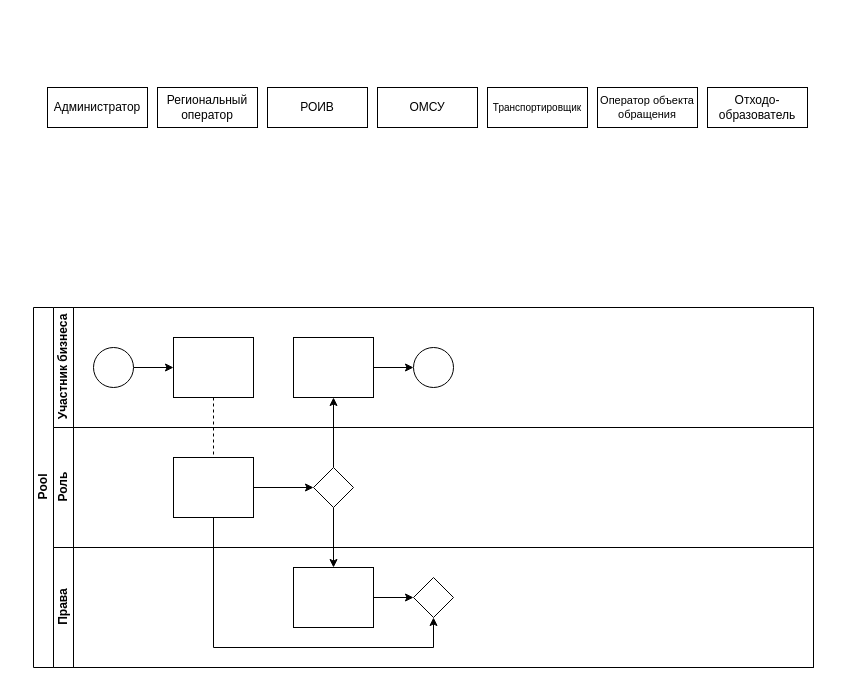
Before: Диаграмма без названия.drawio in SergeiF-Kolomna/diagrams, a draw.io diagram. Source tidied: cells renumbered, new cells numbered last; positions are measured from the earlier drawing's top-left corner, leaving out a move shared by most shapes. Both pictures are drawn from the tidied source at 100%, with x=0, y=0 at pixel (33, 87).
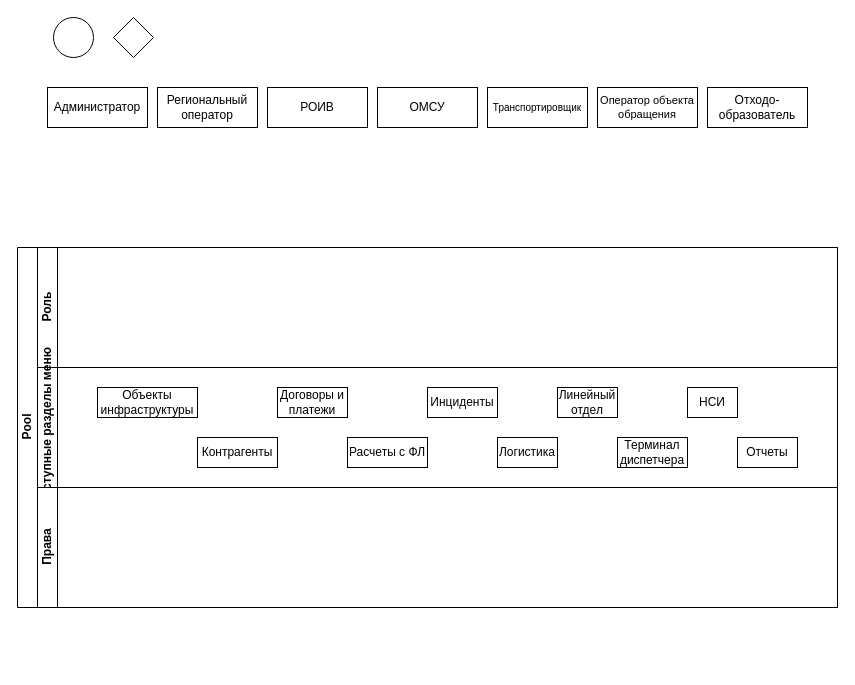
The same page after the edit.

Diff of the diagram source:
```diff
@@
-    <mxCell id="2" value="Pool" style="swimlane;html=1;horizontal=0;startSize=20;" parent="1" vertex="1">
-      <mxGeometry y="220" width="780" height="360" as="geometry" />
-    </mxCell>
-    <mxCell id="3" style="edgeStyle=orthogonalEdgeStyle;rounded=0;jettySize=auto;html=1;dashed=1;endArrow=none;endFill=0;" parent="2" edge="1" source="10" target="16">
-      <mxGeometry relative="1" as="geometry" />
-    </mxCell>
-    <mxCell id="4" style="edgeStyle=orthogonalEdgeStyle;rounded=0;jettySize=auto;html=1;endArrow=classic;endFill=1;" parent="2" edge="1" source="17" target="12">
-      <mxGeometry relative="1" as="geometry" />
-    </mxCell>
-    <mxCell id="5" style="edgeStyle=orthogonalEdgeStyle;rounded=0;jettySize=auto;html=1;endArrow=classic;endFill=1;" parent="2" edge="1" source="17" target="20">
-      <mxGeometry relative="1" as="geometry" />
-    </mxCell>
-    <mxCell id="6" style="edgeStyle=orthogonalEdgeStyle;rounded=0;jettySize=auto;html=1;endArrow=classic;endFill=1;" parent="2" edge="1" source="16" target="21">
-      <mxGeometry relative="1" as="geometry">
-        <Array as="points">
-          <mxPoint x="180" y="340" />
-          <mxPoint x="400" y="340" />
-        </Array>
-      </mxGeometry>
-    </mxCell>
-    <mxCell id="7" value="Участник бизнеса" style="swimlane;html=1;startSize=20;horizontal=0;" parent="2" vertex="1">
-      <mxGeometry x="20" width="760" height="120" as="geometry" />
-    </mxCell>
-    <mxCell id="8" style="edgeStyle=orthogonalEdgeStyle;rounded=0;jettySize=auto;html=1;" parent="7" edge="1" source="9" target="10">
-      <mxGeometry relative="1" as="geometry" />
-    </mxCell>
-    <mxCell id="9" style="ellipse;whiteSpace=wrap;html=1;" parent="7" vertex="1">
-      <mxGeometry x="40" y="40" width="40" height="40" as="geometry" />
-    </mxCell>
-    <mxCell id="10" style="rounded=0;whiteSpace=wrap;html=1;fontFamily=Helvetica;fontSize=12;fontColor=#000000;align=center;" parent="7" vertex="1">
-      <mxGeometry x="120" y="30" width="80" height="60" as="geometry" />
-    </mxCell>
-    <mxCell id="11" style="edgeStyle=orthogonalEdgeStyle;rounded=0;jettySize=auto;html=1;endArrow=classic;endFill=1;" parent="7" edge="1" source="12" target="13">
-      <mxGeometry relative="1" as="geometry" />
-    </mxCell>
-    <mxCell id="12" style="rounded=0;whiteSpace=wrap;html=1;fontFamily=Helvetica;fontSize=12;fontColor=#000000;align=center;" parent="7" vertex="1">
-      <mxGeometry x="240" y="30" width="80" height="60" as="geometry" />
-    </mxCell>
-    <mxCell id="13" style="ellipse;whiteSpace=wrap;html=1;" parent="7" vertex="1">
-      <mxGeometry x="360" y="40" width="40" height="40" as="geometry" />
-    </mxCell>
-    <mxCell id="14" value="Роль" style="swimlane;html=1;startSize=20;horizontal=0;" parent="2" vertex="1">
-      <mxGeometry x="20" y="120" width="760" height="120" as="geometry" />
-    </mxCell>
-    <mxCell id="15" style="edgeStyle=orthogonalEdgeStyle;rounded=0;jettySize=auto;html=1;endArrow=classic;endFill=1;" parent="14" edge="1" source="16" target="17">
-      <mxGeometry relative="1" as="geometry" />
-    </mxCell>
-    <mxCell id="16" style="rounded=0;whiteSpace=wrap;html=1;fontFamily=Helvetica;fontSize=12;fontColor=#000000;align=center;" parent="14" vertex="1">
-      <mxGeometry x="120" y="30" width="80" height="60" as="geometry" />
-    </mxCell>
-    <mxCell id="17" style="rhombus;whiteSpace=wrap;html=1;fontFamily=Helvetica;fontSize=12;fontColor=#000000;align=center;" parent="14" vertex="1">
-      <mxGeometry x="260" y="40" width="40" height="40" as="geometry" />
-    </mxCell>
-    <mxCell id="18" value="Права" style="swimlane;html=1;startSize=20;horizontal=0;" parent="2" vertex="1">
-      <mxGeometry x="20" y="240" width="760" height="120" as="geometry" />
-    </mxCell>
-    <mxCell id="19" style="edgeStyle=orthogonalEdgeStyle;rounded=0;jettySize=auto;html=1;endArrow=classic;endFill=1;" parent="18" edge="1" source="20" target="21">
-      <mxGeometry relative="1" as="geometry" />
-    </mxCell>
-    <mxCell id="20" style="rounded=0;whiteSpace=wrap;html=1;fontFamily=Helvetica;fontSize=12;fontColor=#000000;align=center;" parent="18" vertex="1">
-      <mxGeometry x="240" y="20" width="80" height="60" as="geometry" />
-    </mxCell>
-    <mxCell id="21" style="rhombus;whiteSpace=wrap;html=1;fontFamily=Helvetica;fontSize=12;fontColor=#000000;align=center;" parent="18" vertex="1">
-      <mxGeometry x="360" y="30" width="40" height="40" as="geometry" />
-    </mxCell>
@@
+    <mxCell id="9" style="ellipse;whiteSpace=wrap;html=1;" parent="1" vertex="1">
+      <mxGeometry x="20" y="-70" width="40" height="40" as="geometry" />
+    </mxCell>
+    <mxCell id="21" style="rhombus;whiteSpace=wrap;html=1;fontFamily=Helvetica;fontSize=12;fontColor=#000000;align=center;" parent="1" vertex="1">
+      <mxGeometry x="80" y="-70" width="40" height="40" as="geometry" />
+    </mxCell>
+    <mxCell id="2" value="Pool" style="swimlane;html=1;horizontal=0;startSize=20;" parent="1" vertex="1">
+      <mxGeometry x="-16" y="160" width="820" height="360" as="geometry" />
+    </mxCell>
+    <mxCell id="7" value="Роль" style="swimlane;html=1;startSize=20;horizontal=0;" parent="2" vertex="1">
+      <mxGeometry x="20" width="800" height="120" as="geometry" />
+    </mxCell>
+    <mxCell id="14" value="Доступные разделы меню" style="swimlane;html=1;startSize=20;horizontal=0;" parent="2" vertex="1">
+      <mxGeometry x="20" y="120" width="800" height="120" as="geometry" />
+    </mxCell>
+    <mxCell id="12" value="Объекты инфраструктуры" style="rounded=0;whiteSpace=wrap;html=1;fontFamily=Helvetica;fontSize=12;fontColor=#000000;align=center;" parent="14" vertex="1">
+      <mxGeometry x="60" y="20" width="100" height="30" as="geometry" />
+    </mxCell>
+    <mxCell id="16" value="Контрагенты" style="rounded=0;whiteSpace=wrap;html=1;fontFamily=Helvetica;fontSize=12;fontColor=#000000;align=center;" parent="14" vertex="1">
+      <mxGeometry x="160" y="70" width="80" height="30" as="geometry" />
+    </mxCell>
+    <mxCell id="10" value="Договоры и платежи" style="rounded=0;whiteSpace=wrap;html=1;fontFamily=Helvetica;fontSize=12;fontColor=#000000;align=center;" parent="14" vertex="1">
+      <mxGeometry x="240" y="20" width="70" height="30" as="geometry" />
+    </mxCell>
+    <mxCell id="20" value="Расчеты с ФЛ" style="rounded=0;whiteSpace=wrap;html=1;fontFamily=Helvetica;fontSize=12;fontColor=#000000;align=center;" parent="14" vertex="1">
+      <mxGeometry x="310" y="70" width="80" height="30" as="geometry" />
+    </mxCell>
+    <mxCell id="29" value="Инциденты" style="rounded=0;whiteSpace=wrap;html=1;fontFamily=Helvetica;fontSize=12;fontColor=#000000;align=center;" parent="14" vertex="1">
+      <mxGeometry x="390" y="20" width="70" height="30" as="geometry" />
+    </mxCell>
+    <mxCell id="30" value="Логистика" style="rounded=0;whiteSpace=wrap;html=1;fontFamily=Helvetica;fontSize=12;fontColor=#000000;align=center;" parent="14" vertex="1">
+      <mxGeometry x="460" y="70" width="60" height="30" as="geometry" />
+    </mxCell>
+    <mxCell id="31" value="Линейный отдел" style="rounded=0;whiteSpace=wrap;html=1;fontFamily=Helvetica;fontSize=12;fontColor=#000000;align=center;" parent="14" vertex="1">
+      <mxGeometry x="520" y="20" width="60" height="30" as="geometry" />
+    </mxCell>
+    <mxCell id="32" value="Терминал диспетчера" style="rounded=0;whiteSpace=wrap;html=1;fontFamily=Helvetica;fontSize=12;fontColor=#000000;align=center;" parent="14" vertex="1">
+      <mxGeometry x="580" y="70" width="70" height="30" as="geometry" />
+    </mxCell>
+    <mxCell id="33" value="НСИ" style="rounded=0;whiteSpace=wrap;html=1;fontFamily=Helvetica;fontSize=12;fontColor=#000000;align=center;" parent="14" vertex="1">
+      <mxGeometry x="650" y="20" width="50" height="30" as="geometry" />
+    </mxCell>
+    <mxCell id="34" value="Отчеты" style="rounded=0;whiteSpace=wrap;html=1;fontFamily=Helvetica;fontSize=12;fontColor=#000000;align=center;" parent="14" vertex="1">
+      <mxGeometry x="700" y="70" width="60" height="30" as="geometry" />
+    </mxCell>
+    <mxCell id="18" value="Права" style="swimlane;html=1;startSize=20;horizontal=0;" parent="2" vertex="1">
+      <mxGeometry x="20" y="240" width="800" height="120" as="geometry" />
+    </mxCell>
```
